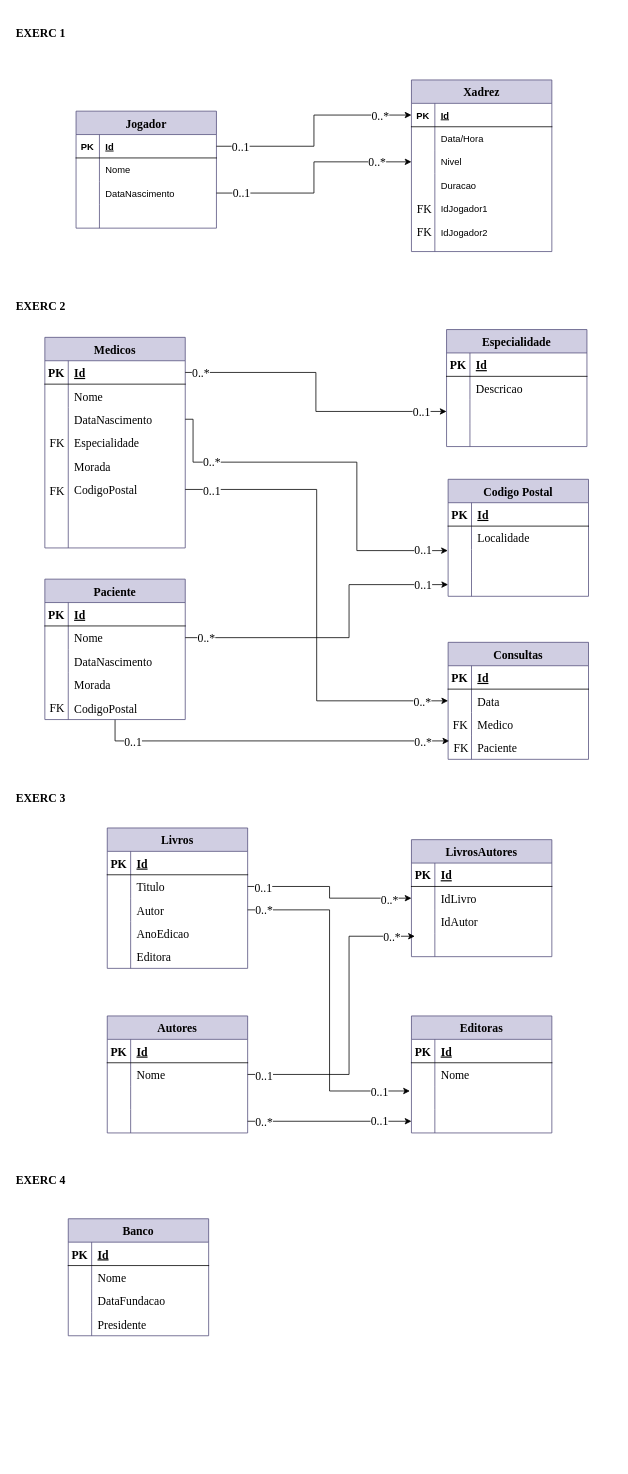
anafazevedoo/aulas.sim keeps this draw.io diagram as Ficha3.drawio. Above is the earlier version. Source tidied: cells renumbered, new cells numbered last; positions are measured from the earlier drawing's top-left corner, leaving out a move shared by most shapes. Both pictures are drawn from the tidied source at 78%, with x=0, y=0 at pixel (13, 17).
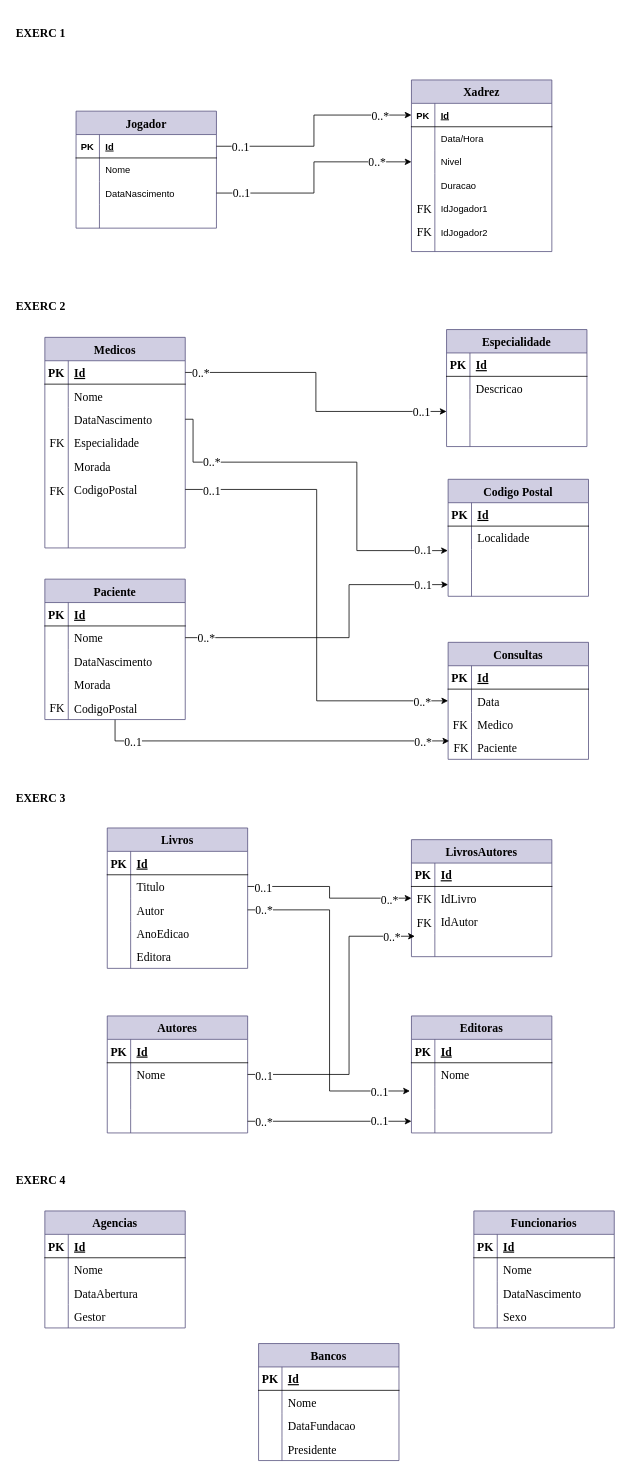
The same page after the edit.

Diff of the diagram source:
```diff
@@
-    <mxCell id="199" value="Banco" style="shape=table;startSize=30;childLayout=tableLayout;rowLines=0;fontStyle=1;align=center;fontFamily=Times New Roman;fontSize=15;fillColor=#d0cee2;strokeColor=#56517e;" parent="1" vertex="1">
-      <mxGeometry x="70" y="1540" width="180" height="150" as="geometry" />
+    <mxCell id="199" value="Bancos" style="shape=table;startSize=30;childLayout=tableLayout;rowLines=0;fontStyle=1;align=center;fontFamily=Times New Roman;fontSize=15;fillColor=#d0cee2;strokeColor=#56517e;" parent="1" vertex="1">
+      <mxGeometry x="314" y="1700" width="180" height="150" as="geometry" />
     </mxCell>
@@
+    <mxCell id="212" value="Agencias" style="shape=table;startSize=30;childLayout=tableLayout;rowLines=0;fontStyle=1;align=center;fontFamily=Times New Roman;fontSize=15;fillColor=#d0cee2;strokeColor=#56517e;" parent="1" vertex="1">
+      <mxGeometry x="40" y="1530" width="180" height="150" as="geometry" />
+    </mxCell>
+    <mxCell id="213" style="shape=tableRow;horizontal=0;startSize=0;swimlaneHead=0;swimlaneBody=0;fillColor=none;top=0;left=0;right=0;bottom=1;fontFamily=Times New Roman;fontSize=15;" parent="212" vertex="1">
+      <mxGeometry y="30" width="180" height="30" as="geometry" />
+    </mxCell>
+    <mxCell id="214" value="PK" style="shape=partialRectangle;fillColor=none;top=0;left=0;bottom=0;right=0;fontStyle=1;overflow=hidden;fontFamily=Times New Roman;fontSize=15;" parent="213" vertex="1">
+      <mxGeometry width="30" height="30" as="geometry" />
+    </mxCell>
+    <mxCell id="215" value="Id" style="shape=partialRectangle;fillColor=none;top=0;left=0;bottom=0;right=0;align=left;spacingLeft=6;fontStyle=5;overflow=hidden;fontFamily=Times New Roman;fontSize=15;" parent="213" vertex="1">
+      <mxGeometry x="30" width="150" height="30" as="geometry" />
+    </mxCell>
+    <mxCell id="216" style="shape=tableRow;horizontal=0;startSize=0;swimlaneHead=0;swimlaneBody=0;fillColor=none;top=0;left=0;right=0;bottom=0;fontFamily=Times New Roman;fontSize=15;" parent="212" vertex="1">
+      <mxGeometry y="60" width="180" height="30" as="geometry" />
+    </mxCell>
+    <mxCell id="217" style="shape=partialRectangle;fillColor=none;top=0;left=0;bottom=0;right=0;overflow=hidden;fontFamily=Times New Roman;fontSize=15;" parent="216" vertex="1">
+      <mxGeometry width="30" height="30" as="geometry" />
+    </mxCell>
+    <mxCell id="218" value="Nome" style="shape=partialRectangle;fillColor=none;top=0;left=0;bottom=0;right=0;align=left;spacingLeft=6;overflow=hidden;fontFamily=Times New Roman;fontSize=15;" parent="216" vertex="1">
+      <mxGeometry x="30" width="150" height="30" as="geometry" />
+    </mxCell>
+    <mxCell id="219" style="shape=tableRow;horizontal=0;startSize=0;swimlaneHead=0;swimlaneBody=0;fillColor=none;top=0;left=0;right=0;bottom=0;fontFamily=Times New Roman;fontSize=15;" parent="212" vertex="1">
+      <mxGeometry y="90" width="180" height="30" as="geometry" />
+    </mxCell>
+    <mxCell id="220" style="shape=partialRectangle;fillColor=none;top=0;left=0;bottom=0;right=0;overflow=hidden;fontFamily=Times New Roman;fontSize=15;" parent="219" vertex="1">
+      <mxGeometry width="30" height="30" as="geometry" />
+    </mxCell>
+    <mxCell id="221" value="DataAbertura" style="shape=partialRectangle;fillColor=none;top=0;left=0;bottom=0;right=0;align=left;spacingLeft=6;overflow=hidden;fontFamily=Times New Roman;fontSize=15;" parent="219" vertex="1">
+      <mxGeometry x="30" width="150" height="30" as="geometry" />
+    </mxCell>
+    <mxCell id="222" style="shape=tableRow;horizontal=0;startSize=0;swimlaneHead=0;swimlaneBody=0;fillColor=none;top=0;left=0;right=0;bottom=0;fontFamily=Times New Roman;fontSize=15;" parent="212" vertex="1">
+      <mxGeometry y="120" width="180" height="30" as="geometry" />
+    </mxCell>
+    <mxCell id="223" style="shape=partialRectangle;fillColor=none;top=0;left=0;bottom=0;right=0;overflow=hidden;fontFamily=Times New Roman;fontSize=15;" parent="222" vertex="1">
+      <mxGeometry width="30" height="30" as="geometry" />
+    </mxCell>
+    <mxCell id="224" value="Gestor" style="shape=partialRectangle;fillColor=none;top=0;left=0;bottom=0;right=0;align=left;spacingLeft=6;overflow=hidden;fontFamily=Times New Roman;fontSize=15;" parent="222" vertex="1">
+      <mxGeometry x="30" width="150" height="30" as="geometry" />
+    </mxCell>
+    <mxCell id="225" value="Funcionarios" style="shape=table;startSize=30;childLayout=tableLayout;rowLines=0;fontStyle=1;align=center;fontFamily=Times New Roman;fontSize=15;fillColor=#d0cee2;strokeColor=#56517e;" parent="1" vertex="1">
+      <mxGeometry x="590" y="1530" width="180" height="150" as="geometry" />
+    </mxCell>
+    <mxCell id="226" style="shape=tableRow;horizontal=0;startSize=0;swimlaneHead=0;swimlaneBody=0;fillColor=none;top=0;left=0;right=0;bottom=1;fontFamily=Times New Roman;fontSize=15;" parent="225" vertex="1">
+      <mxGeometry y="30" width="180" height="30" as="geometry" />
+    </mxCell>
+    <mxCell id="227" value="PK" style="shape=partialRectangle;fillColor=none;top=0;left=0;bottom=0;right=0;fontStyle=1;overflow=hidden;fontFamily=Times New Roman;fontSize=15;" parent="226" vertex="1">
+      <mxGeometry width="30" height="30" as="geometry" />
+    </mxCell>
+    <mxCell id="228" value="Id" style="shape=partialRectangle;fillColor=none;top=0;left=0;bottom=0;right=0;align=left;spacingLeft=6;fontStyle=5;overflow=hidden;fontFamily=Times New Roman;fontSize=15;" parent="226" vertex="1">
+      <mxGeometry x="30" width="150" height="30" as="geometry" />
+    </mxCell>
+    <mxCell id="229" style="shape=tableRow;horizontal=0;startSize=0;swimlaneHead=0;swimlaneBody=0;fillColor=none;top=0;left=0;right=0;bottom=0;fontFamily=Times New Roman;fontSize=15;" parent="225" vertex="1">
+      <mxGeometry y="60" width="180" height="30" as="geometry" />
+    </mxCell>
+    <mxCell id="230" style="shape=partialRectangle;fillColor=none;top=0;left=0;bottom=0;right=0;overflow=hidden;fontFamily=Times New Roman;fontSize=15;" parent="229" vertex="1">
+      <mxGeometry width="30" height="30" as="geometry" />
+    </mxCell>
+    <mxCell id="231" value="Nome" style="shape=partialRectangle;fillColor=none;top=0;left=0;bottom=0;right=0;align=left;spacingLeft=6;overflow=hidden;fontFamily=Times New Roman;fontSize=15;" parent="229" vertex="1">
+      <mxGeometry x="30" width="150" height="30" as="geometry" />
+    </mxCell>
+    <mxCell id="232" style="shape=tableRow;horizontal=0;startSize=0;swimlaneHead=0;swimlaneBody=0;fillColor=none;top=0;left=0;right=0;bottom=0;fontFamily=Times New Roman;fontSize=15;" parent="225" vertex="1">
+      <mxGeometry y="90" width="180" height="30" as="geometry" />
+    </mxCell>
+    <mxCell id="233" style="shape=partialRectangle;fillColor=none;top=0;left=0;bottom=0;right=0;overflow=hidden;fontFamily=Times New Roman;fontSize=15;" parent="232" vertex="1">
+      <mxGeometry width="30" height="30" as="geometry" />
+    </mxCell>
+    <mxCell id="234" value="DataNascimento" style="shape=partialRectangle;fillColor=none;top=0;left=0;bottom=0;right=0;align=left;spacingLeft=6;overflow=hidden;fontFamily=Times New Roman;fontSize=15;" parent="232" vertex="1">
+      <mxGeometry x="30" width="150" height="30" as="geometry" />
+    </mxCell>
+    <mxCell id="235" style="shape=tableRow;horizontal=0;startSize=0;swimlaneHead=0;swimlaneBody=0;fillColor=none;top=0;left=0;right=0;bottom=0;fontFamily=Times New Roman;fontSize=15;" parent="225" vertex="1">
+      <mxGeometry y="120" width="180" height="30" as="geometry" />
+    </mxCell>
+    <mxCell id="236" style="shape=partialRectangle;fillColor=none;top=0;left=0;bottom=0;right=0;overflow=hidden;fontFamily=Times New Roman;fontSize=15;" parent="235" vertex="1">
+      <mxGeometry width="30" height="30" as="geometry" />
+    </mxCell>
+    <mxCell id="237" value="Sexo" style="shape=partialRectangle;fillColor=none;top=0;left=0;bottom=0;right=0;align=left;spacingLeft=6;overflow=hidden;fontFamily=Times New Roman;fontSize=15;" parent="235" vertex="1">
+      <mxGeometry x="30" width="150" height="30" as="geometry" />
+    </mxCell>
+    <mxCell id="238" value="FK" style="text;html=1;strokeColor=none;fillColor=none;align=center;verticalAlign=middle;whiteSpace=wrap;rounded=0;fontFamily=Times New Roman;fontSize=15;" parent="1" vertex="1">
+      <mxGeometry x="497" y="1115" width="60" height="30" as="geometry" />
+    </mxCell>
+    <mxCell id="239" value="FK" style="text;html=1;strokeColor=none;fillColor=none;align=center;verticalAlign=middle;whiteSpace=wrap;rounded=0;fontFamily=Times New Roman;fontSize=15;" parent="1" vertex="1">
+      <mxGeometry x="497" y="1145" width="60" height="30" as="geometry" />
+    </mxCell>
```
